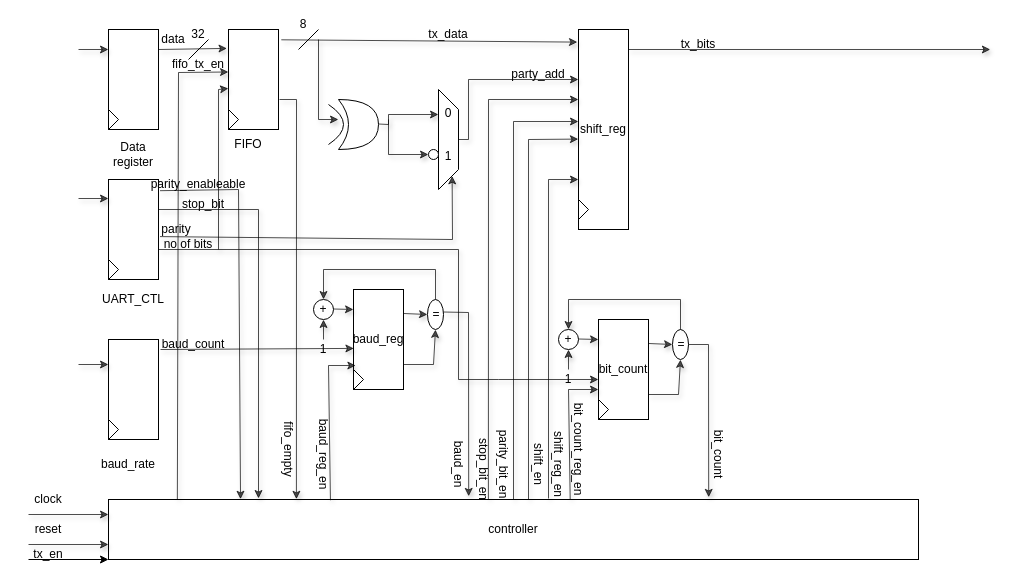
The draw.io diagram page "Page-1" (1 of 2) of uart/docs/UART_Tx.drawio in MuhammadBoota09299/Computer_Architecture_Lab, before the edit. Source tidied: cells renumbered, new cells numbered last; positions are measured from the earlier drawing's top-left corner, leaving out a move shared by most shapes. Both pictures are drawn from the tidied source at 100%, with x=0, y=0 at pixel (18, 19).
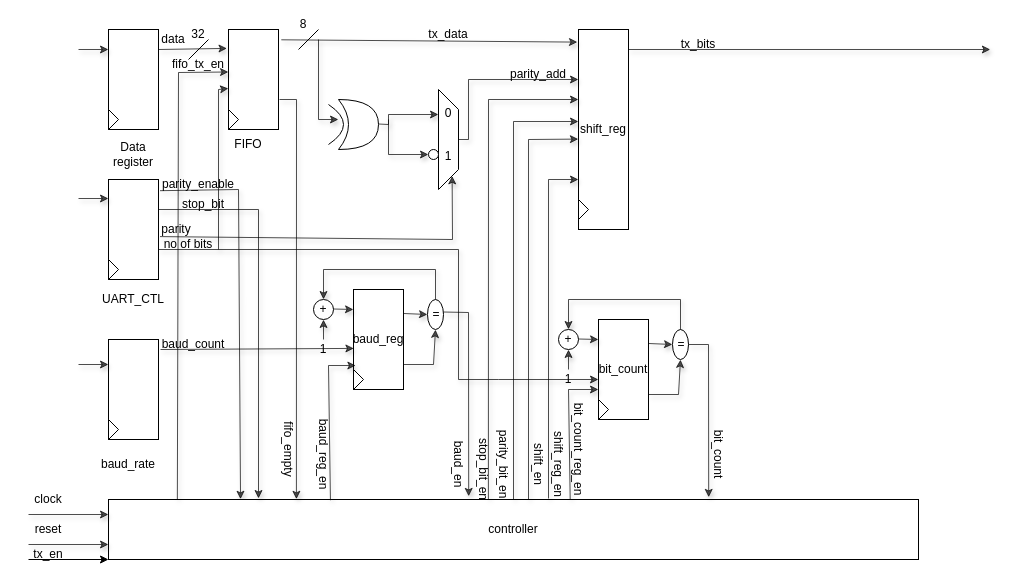
The same page after the edit.

Diff of the diagram source:
```diff
@@
-    <mxCell id="17" value="parity_enableable" style="text;html=1;align=center;verticalAlign=middle;whiteSpace=wrap;rounded=0;" parent="1" vertex="1">
+    <mxCell id="17" value="parity_enable" style="text;html=1;align=center;verticalAlign=middle;whiteSpace=wrap;rounded=0;" parent="1" vertex="1">
       <mxGeometry x="150" y="150" width="60" height="30" as="geometry" />
     </mxCell>
@@
-    <mxCell id="79" value="party_add" style="text;html=1;align=center;verticalAlign=middle;whiteSpace=wrap;rounded=0;" parent="1" vertex="1">
+    <mxCell id="79" value="parity_add" style="text;html=1;align=center;verticalAlign=middle;whiteSpace=wrap;rounded=0;" parent="1" vertex="1">
       <mxGeometry x="490" y="40" width="60" height="30" as="geometry" />
     </mxCell>
```
